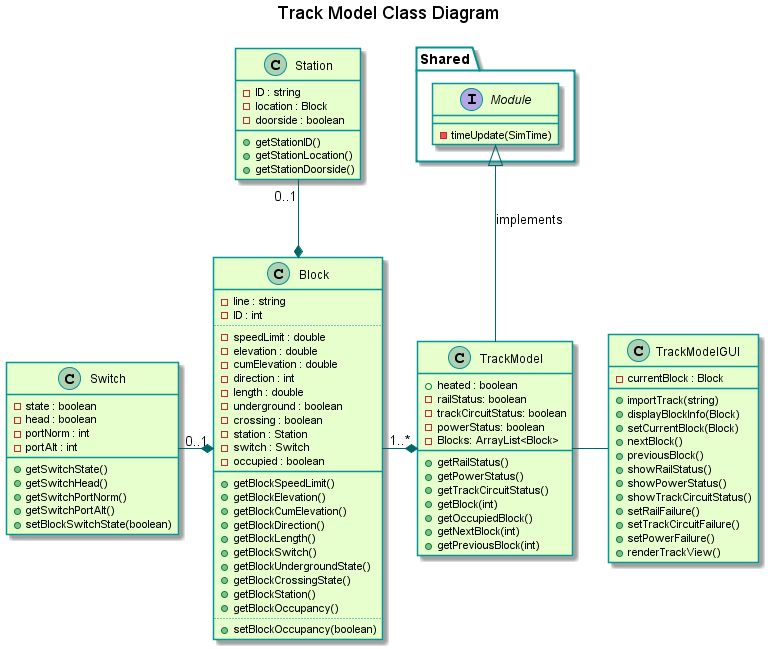
Before: TrainSystem/yUML/Class Diagrams/TrackModelClassDiagram.png, a diagram exported from PlantUML (kevingilboy/COE1186).
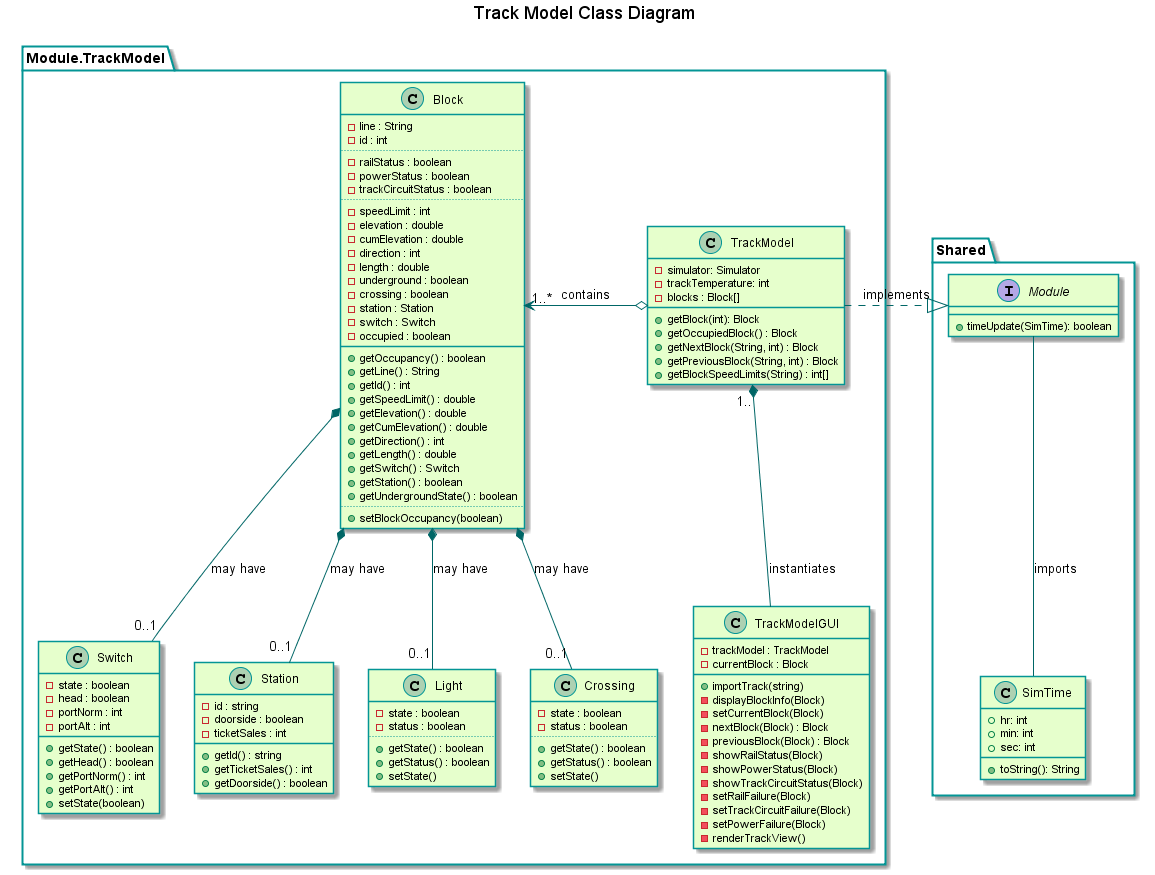
The same diagram one commit later.

Commit message:
Class and Usecase diagram update

Diff of the diagram source:
```diff
@@ -3,100 +3,132 @@
 title Track Model Class Diagram
 skinparam classBackgroundColor #e6ffcc
 skinparam classBorderColor 	#049595
-skinparam packageBorderCOlor  #049595
+skinparam packageBorderColor  #049595
 skinparam arrowColor #006666
 
 package "Shared"{
     interface Module{
-        -timeUpdate(SimTime)
+        +timeUpdate(SimTime): boolean
+    }
+
+    class SimTime{
+        +hr: int
+        +min: int
+        +sec: int
+        +toString(): String
     }
 }
 
-class TrackModel {
-    +heated : boolean
-    -railStatus: boolean
-    -trackCircuitStatus: boolean
-    -powerStatus: boolean
-    -Blocks: ArrayList<Block>
-    +getRailStatus()
-    +getPowerStatus()
-    +getTrackCircuitStatus()
-    +getBlock(int)
-    +getOccupiedBlock()
-    +getNextBlock(int)
-    +getPreviousBlock(int)
+package Module.TrackModel{
+    class TrackModel {
+        -simulator: Simulator
+        -trackTemperature: int
+        -blocks : Block[]
+        +getBlock(int): Block
+        +getOccupiedBlock() : Block
+        +getNextBlock(String, int) : Block
+        +getPreviousBlock(String, int) : Block
+        +getBlockSpeedLimits(String) : int[]
+    }
+
+    class Block {
+        -line : String
+        -id : int
+        ..
+        -railStatus : boolean
+        -powerStatus : boolean
+        -trackCircuitStatus : boolean
+        ..
+        -speedLimit : int
+        -elevation : double
+        -cumElevation : double
+        -direction : int
+        -length : double
+        -underground : boolean
+        -crossing : boolean
+        -station : Station
+        -switch : Switch
+        -occupied : boolean
+        __
+        +getOccupancy() : boolean
+        +getLine() : String
+        +getId() : int
+        +getSpeedLimit() : double
+        +getElevation() : double
+        +getCumElevation() : double
+        +getDirection() : int
+        +getLength() : double
+        +getSwitch() : Switch
+        +getStation() : boolean
+        +getUndergroundState() : boolean
+        ..
+        +setBlockOccupancy(boolean)
+    }
+
+    class Switch{
+        -state : boolean
+        -head : boolean
+        -portNorm : int
+        -portAlt : int
+        +getState() : boolean
+        +getHead() : boolean
+        +getPortNorm() : int
+        +getPortAlt() : int
+        +setState(boolean)
+    }
+
+    class Station{
+        -id : string
+        -doorside : boolean
+        -ticketSales : int
+        +getId() : string
+        +getTicketSales() : int
+        +getDoorside() : boolean
+    }
+
+    class Light{
+        -state : boolean
+        -status : boolean
+        ..
+        +getState() : boolean
+        +getStatus() : boolean
+        +setState()
+    }
+
+    class Crossing{
+        -state : boolean
+        -status : boolean
+        ..
+        +getState() : boolean
+        +getStatus() : boolean
+        +setState()
+    }
+
+    class TrackModelGUI{
+        -trackModel : TrackModel
+        -currentBlock : Block
+        +importTrack(string)
+        -displayBlockInfo(Block)
+        -setCurrentBlock(Block)
+        -nextBlock(Block) : Block
+        -previousBlock(Block) : Block
+        -showRailStatus(Block)
+        -showPowerStatus(Block)
+        -showTrackCircuitStatus(Block)
+        -setRailFailure(Block)
+        -setTrackCircuitFailure(Block)
+        -setPowerFailure(Block)
+        -renderTrackView()
+    }
 }
 
-class Block {
-    -line : string
-    -ID : int
-    ..
-    -speedLimit : double
-    -elevation : double
-    -cumElevation : double
-    -direction : int
-    -length : double
-    -underground : boolean
-    -crossing : boolean
-    -station : Station
-    -switch : Switch
-    -occupied : boolean
-    __
-    +getBlockSpeedLimit()
-    +getBlockElevation()
-    +getBlockCumElevation()
-    +getBlockDirection()
-    +getBlockLength()
-    +getBlockSwitch()
-    +getBlockUndergroundState()
-    +getBlockCrossingState()
-    +getBlockStation()
-    +getBlockOccupancy()
-    ..
-    +setBlockOccupancy(boolean)
-}
-
-class Switch{
-    -state : boolean
-    -head : boolean
-    -portNorm : int
-    -portAlt : int
-    +getSwitchState()
-    +getSwitchHead()
-    +getSwitchPortNorm()
-    +getSwitchPortAlt()
-    +setBlockSwitchState(boolean)
-}
-
-class Station{
-    -ID : string
-    -location : Block
-    -doorside : boolean
-    +getStationID()
-    +getStationLocation()
-    +getStationDoorside()
-}
-
-class TrackModelGUI{
-    -currentBlock : Block
-    +importTrack(string)
-    +displayBlockInfo(Block)
-    +setCurrentBlock(Block)
-    +nextBlock()
-    +previousBlock()
-    +showRailStatus()
-    +showPowerStatus()
-    +showTrackCircuitStatus()
-    +setRailFailure()
-    +setTrackCircuitFailure()
-    +setPowerFailure()
-    +renderTrackView()
-}
-
-Module <|-- TrackModel : implements
-TrackModel - TrackModelGUI
-Block "1..*"-* TrackModel
-Switch "0..1"-* Block
-Station "0..1"--* Block
+TrackModel .|> Module : implements
+TrackModel "1.."*-- TrackModelGUI : instantiates
+Block "1..*"<-o TrackModel : contains
+Block *--"0..1" Switch : may have
+Block *--"0..1" Station : may have
+Block *--"0..1" Light : may have
+Block *--"0..1" Crossing : may have
+Module -- SimTime : imports
 
 @enduml
```
